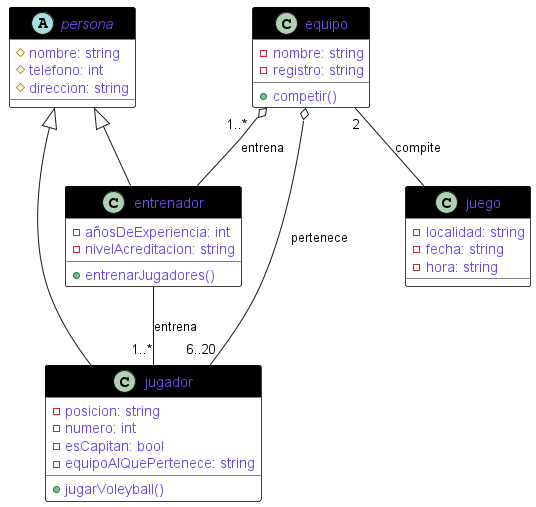
jhonnyzvla14/IS-022024 keeps this PlantUML diagram as docs/diagrams/ejercicio-F-diagramaDeClase/juegoVoleyball.png. Above is the earlier version.
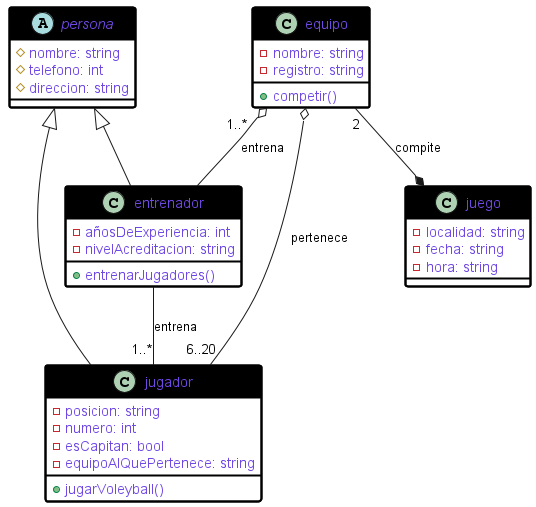
The same diagram one commit later.

Commit message:
Cambios esteticos diagramas Reto-04 Cambio a relacion de composicion entre equipo y juego

The edit, as a diff of the source:
```diff
@@ -1,6 +1,7 @@
 @startuml juegoVoleyball
 
 skinparam ClassBorderColor black
+skinparam ClassBorderThickness 2
 skinparam ClassFontColor 7048E5
 skinparam ClassBackgroundColor white
 skinparam ClassHeaderBackgroundColor black
@@ -36,7 +37,7 @@
 
 equipo o-- "6..20" jugador: pertenece
 equipo "1..*   " o-- entrenador: entrena
-equipo "2" --  juego: compite
+equipo "2" --*  juego: compite
 
 entrenador -- "1..*" jugador: entrena
 
```
